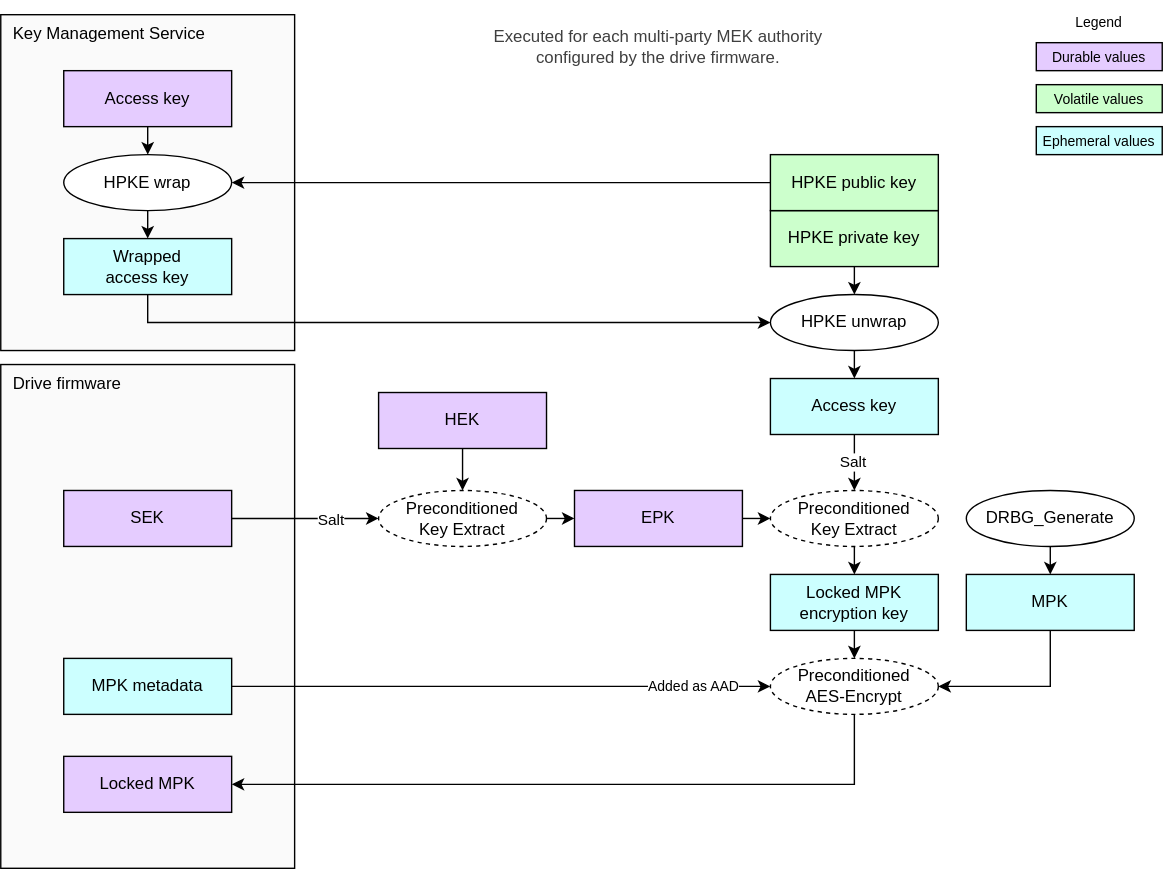
chipsalliance/Caliptra keeps this draw.io diagram as doc/ocp_lock/diagrams/mpk_generate.drawio.svg. Above is the earlier version. Source tidied: cells renumbered, new cells last; positions are measured from the earlier drawing's top-left corner, leaving out a move shared by most shapes.
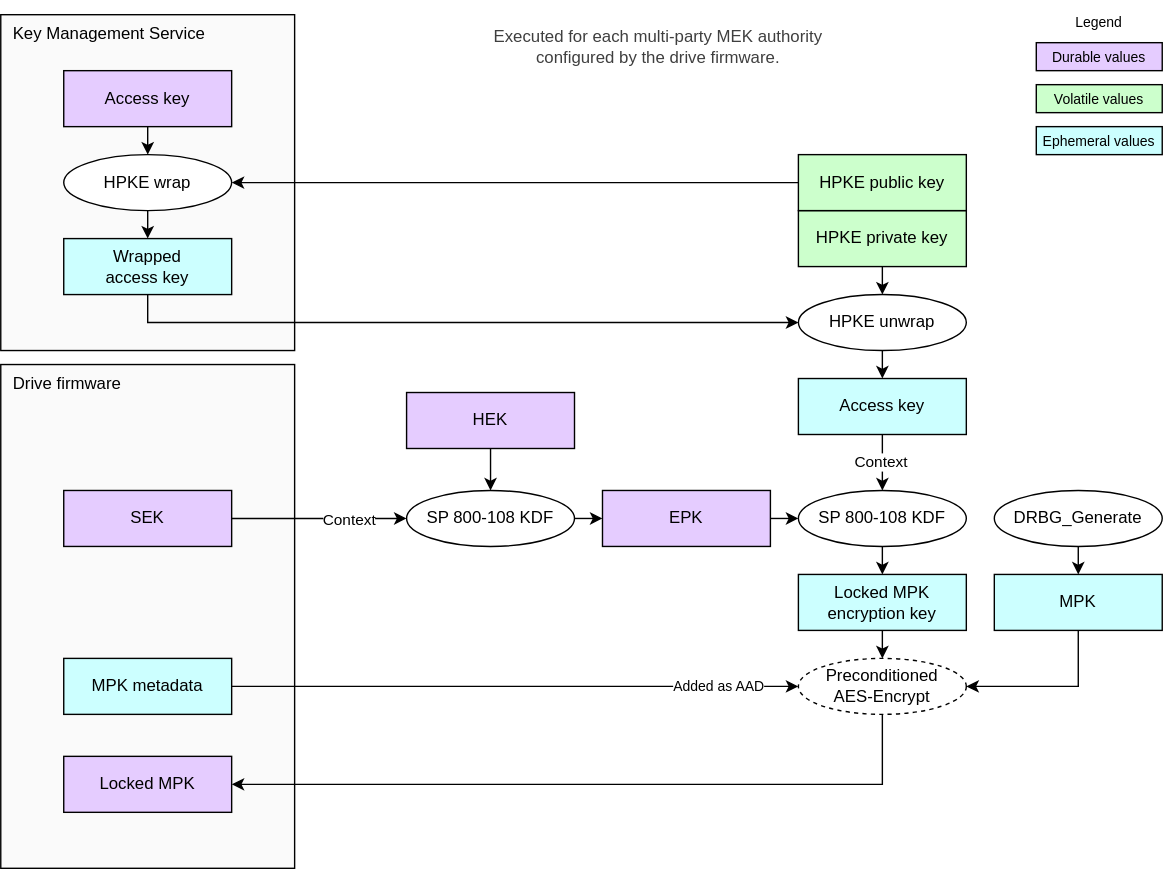
After the commit.

Commit message:
Simplify LOCK to avoid use of preconditioned-key-extract. (#553)

Change to the diagram source:
```diff
@@ -15,19 +15,19 @@
       <mxGeometry relative="1" as="geometry" />
     </mxCell>
     <mxCell id="6" value="&lt;div&gt;&lt;font color=&quot;#000000&quot;&gt;HEK&lt;/font&gt;&lt;/div&gt;" style="rounded=0;whiteSpace=wrap;html=1;align=center;verticalAlign=middle;shadow=0;glass=0;spacingLeft=0;spacingBottom=0;spacingTop=0;fillColor=#E5CCFF;" parent="1" vertex="1">
-      <mxGeometry x="270" y="280" width="120" height="40" as="geometry" />
+      <mxGeometry x="290" y="280" width="120" height="40" as="geometry" />
     </mxCell>
     <mxCell id="7" style="edgeStyle=none;html=1;exitX=0.5;exitY=1;exitDx=0;exitDy=0;entryX=0.5;entryY=0;entryDx=0;entryDy=0;" parent="1" edge="1" source="8" target="10">
       <mxGeometry relative="1" as="geometry" />
     </mxCell>
     <mxCell id="8" value="&lt;div&gt;&lt;font color=&quot;#000000&quot;&gt;Locked MPK encryption key&lt;/font&gt;&lt;/div&gt;" style="rounded=0;whiteSpace=wrap;html=1;align=center;verticalAlign=middle;shadow=0;glass=0;spacingLeft=0;spacingBottom=0;spacingTop=0;fillColor=#CCFFFF;" parent="1" vertex="1">
-      <mxGeometry x="550" y="410" width="120" height="40" as="geometry" />
+      <mxGeometry x="570" y="410" width="120" height="40" as="geometry" />
     </mxCell>
     <mxCell id="9" value="&lt;div&gt;&lt;font color=&quot;#000000&quot;&gt;Access key&lt;/font&gt;&lt;/div&gt;" style="rounded=0;whiteSpace=wrap;html=1;align=center;verticalAlign=middle;shadow=0;glass=0;spacingLeft=0;spacingBottom=0;spacingTop=0;fillColor=#CCFFFF;" parent="1" vertex="1">
-      <mxGeometry x="550" y="270" width="120" height="40" as="geometry" />
+      <mxGeometry x="570" y="270" width="120" height="40" as="geometry" />
     </mxCell>
     <mxCell id="10" value="Preconditioned&lt;div&gt;AES-Encrypt&lt;/div&gt;" style="ellipse;whiteSpace=wrap;html=1;fillColor=#FFFFFF;dashed=1;" parent="1" vertex="1">
-      <mxGeometry x="550" y="470" width="120" height="40" as="geometry" />
+      <mxGeometry x="570" y="470" width="120" height="40" as="geometry" />
     </mxCell>
     <mxCell id="11" style="endArrow=none;html=1;exitX=1;exitY=0.5;exitDx=0;exitDy=0;entryX=0.5;entryY=1;entryDx=0;entryDy=0;startArrow=classic;startFill=1;endFill=0;endSize=6;startSize=6;rounded=0;edgeStyle=orthogonalEdgeStyle;" parent="1" edge="1" source="4" target="10">
       <mxGeometry relative="1" as="geometry" />
@@ -36,16 +36,16 @@
       <mxGeometry relative="1" as="geometry" />
     </mxCell>
     <mxCell id="13" value="&lt;div&gt;&lt;font color=&quot;#000000&quot;&gt;MPK&lt;/font&gt;&lt;/div&gt;" style="rounded=0;whiteSpace=wrap;html=1;align=center;verticalAlign=middle;shadow=0;glass=0;spacingLeft=0;spacingBottom=0;spacingTop=0;fillColor=#CCFFFF;" parent="1" vertex="1">
-      <mxGeometry x="690" y="410" width="120" height="40" as="geometry" />
+      <mxGeometry x="710" y="410" width="120" height="40" as="geometry" />
     </mxCell>
     <mxCell id="14" style="endArrow=none;html=1;exitX=1;exitY=0.5;exitDx=0;exitDy=0;entryX=0.5;entryY=1;entryDx=0;entryDy=0;startArrow=classic;startFill=1;endFill=0;endSize=6;startSize=6;rounded=0;edgeStyle=orthogonalEdgeStyle;" parent="1" edge="1" source="10" target="13">
       <mxGeometry relative="1" as="geometry" />
     </mxCell>
     <mxCell id="15" value="&lt;div&gt;&lt;font color=&quot;#000000&quot;&gt;HPKE private key&lt;/font&gt;&lt;/div&gt;" style="rounded=0;whiteSpace=wrap;html=1;align=center;verticalAlign=middle;shadow=0;glass=0;spacingLeft=0;spacingBottom=0;spacingTop=0;fillColor=#CCFFCC;" parent="1" vertex="1">
-      <mxGeometry x="550" y="150" width="120" height="40" as="geometry" />
+      <mxGeometry x="570" y="150" width="120" height="40" as="geometry" />
     </mxCell>
     <mxCell id="16" value="HPKE unwrap" style="ellipse;whiteSpace=wrap;html=1;fillColor=#FFFFFF;" parent="1" vertex="1">
-      <mxGeometry x="550" y="210" width="120" height="40" as="geometry" />
+      <mxGeometry x="570" y="210" width="120" height="40" as="geometry" />
     </mxCell>
     <mxCell id="17" style="endArrow=classic;html=1;exitX=0.5;exitY=1;exitDx=0;exitDy=0;endSize=6;startSize=6;" parent="1" edge="1" source="16" target="9">
       <mxGeometry relative="1" as="geometry" />
@@ -57,7 +57,7 @@
       <mxGeometry x="45" y="110" width="120" height="40" as="geometry" />
     </mxCell>
     <mxCell id="20" value="&lt;div&gt;&lt;font color=&quot;#000000&quot;&gt;HPKE public key&lt;/font&gt;&lt;/div&gt;" style="rounded=0;whiteSpace=wrap;html=1;align=center;verticalAlign=middle;shadow=0;glass=0;spacingLeft=0;spacingBottom=0;spacingTop=0;fillColor=#CCFFCC;" parent="1" vertex="1">
-      <mxGeometry x="550" y="110" width="120" height="40" as="geometry" />
+      <mxGeometry x="570" y="110" width="120" height="40" as="geometry" />
     </mxCell>
     <mxCell id="21" style="endArrow=classic;html=1;rounded=0;endSize=6;startSize=6;exitX=0;exitY=0.5;exitDx=0;exitDy=0;entryX=1;entryY=0.5;entryDx=0;entryDy=0;" parent="1" edge="1" source="20" target="19">
       <mxGeometry relative="1" as="geometry" />
@@ -88,7 +88,7 @@
       <mxGeometry relative="1" as="geometry" />
     </mxCell>
     <mxCell id="29" value="DRBG_Generate" style="ellipse;whiteSpace=wrap;html=1;fillColor=#FFFFFF;" parent="1" vertex="1">
-      <mxGeometry x="690" y="350" width="120" height="40" as="geometry" />
+      <mxGeometry x="710" y="350" width="120" height="40" as="geometry" />
     </mxCell>
     <mxCell id="30" value="&lt;div&gt;&lt;font color=&quot;#000000&quot;&gt;Volatile values&lt;/font&gt;&lt;/div&gt;" style="rounded=0;whiteSpace=wrap;html=1;align=center;verticalAlign=middle;shadow=0;glass=0;spacingLeft=0;spacingBottom=0;spacingTop=0;fillColor=#CCFFCC;fontSize=10;" parent="1" vertex="1">
       <mxGeometry x="740" y="60" width="90" height="20" as="geometry" />
@@ -105,11 +105,6 @@
     <mxCell id="34" style="edgeStyle=none;html=1;exitX=1;exitY=0.5;exitDx=0;exitDy=0;entryX=0;entryY=0.5;entryDx=0;entryDy=0;" parent="1" edge="1" source="36" target="41">
       <mxGeometry relative="1" as="geometry" />
     </mxCell>
-    <mxCell id="35" value="Salt" style="edgeLabel;html=1;align=center;verticalAlign=middle;" parent="34" vertex="1">
-      <mxGeometry x="0.24" y="1" relative="1" as="geometry">
-        <mxPoint x="5" y="1" as="offset" />
-      </mxGeometry>
-    </mxCell>
     <mxCell id="36" value="&lt;div&gt;&lt;font color=&quot;#000000&quot;&gt;SEK&lt;/font&gt;&lt;/div&gt;" style="rounded=0;whiteSpace=wrap;html=1;align=center;verticalAlign=middle;shadow=0;glass=0;spacingLeft=0;spacingBottom=0;spacingTop=0;fillColor=#E5CCFF;" parent="1" vertex="1">
       <mxGeometry x="45" y="350" width="120" height="40" as="geometry" />
     </mxCell>
@@ -127,23 +122,26 @@
     <mxCell id="40" style="edgeStyle=none;html=1;exitX=1;exitY=0.5;exitDx=0;exitDy=0;entryX=0;entryY=0.5;entryDx=0;entryDy=0;" parent="1" edge="1" source="41" target="43">
       <mxGeometry relative="1" as="geometry" />
     </mxCell>
-    <mxCell id="41" value="&lt;span style=&quot;color: rgb(0, 0, 0);&quot;&gt;Preconditioned&lt;/span&gt;&lt;div&gt;Key Extract&lt;/div&gt;" style="ellipse;whiteSpace=wrap;html=1;fillColor=#FFFFFF;dashed=1;" parent="1" vertex="1">
-      <mxGeometry x="270" y="350" width="120" height="40" as="geometry" />
+    <mxCell id="41" value="SP 800-108 KDF" style="ellipse;whiteSpace=wrap;html=1;fillColor=#FFFFFF;" parent="1" vertex="1">
+      <mxGeometry x="290" y="350" width="120" height="40" as="geometry" />
     </mxCell>
     <mxCell id="42" style="edgeStyle=none;html=1;exitX=1;exitY=0.5;exitDx=0;exitDy=0;entryX=0;entryY=0.5;entryDx=0;entryDy=0;" parent="1" edge="1" source="43" target="44">
       <mxGeometry relative="1" as="geometry" />
     </mxCell>
     <mxCell id="43" value="&lt;div&gt;&lt;font color=&quot;#000000&quot;&gt;EPK&lt;/font&gt;&lt;/div&gt;" style="rounded=0;whiteSpace=wrap;html=1;align=center;verticalAlign=middle;shadow=0;glass=0;spacingLeft=0;spacingBottom=0;spacingTop=0;fillColor=#E5CCFF;" parent="1" vertex="1">
-      <mxGeometry x="410" y="350" width="120" height="40" as="geometry" />
+      <mxGeometry x="430" y="350" width="120" height="40" as="geometry" />
     </mxCell>
-    <mxCell id="44" value="&lt;span style=&quot;color: rgb(0, 0, 0);&quot;&gt;Preconditioned&lt;/span&gt;&lt;div&gt;Key Extract&lt;/div&gt;" style="ellipse;whiteSpace=wrap;html=1;fillColor=#FFFFFF;dashed=1;" parent="1" vertex="1">
-      <mxGeometry x="550" y="350" width="120" height="40" as="geometry" />
+    <mxCell id="44" value="&lt;span style=&quot;color: rgb(0, 0, 0);&quot;&gt;SP 800-108 KDF&lt;/span&gt;" style="ellipse;whiteSpace=wrap;html=1;fillColor=#FFFFFF;" parent="1" vertex="1">
+      <mxGeometry x="570" y="350" width="120" height="40" as="geometry" />
     </mxCell>
     <mxCell id="45" style="edgeStyle=none;html=1;entryX=0.5;entryY=0;entryDx=0;entryDy=0;exitX=0.5;exitY=1;exitDx=0;exitDy=0;" parent="1" edge="1" source="9" target="44">
       <mxGeometry relative="1" as="geometry" />
     </mxCell>
-    <mxCell id="46" value="Salt" style="edgeLabel;html=1;align=center;verticalAlign=middle;" parent="45" vertex="1">
+    <mxCell id="46" value="Context" style="edgeLabel;html=1;align=center;verticalAlign=middle;" parent="45" vertex="1">
       <mxGeometry x="-0.05" y="-2" relative="1" as="geometry" />
     </mxCell>
+    <mxCell id="35" value="Context" style="edgeLabel;html=1;align=center;verticalAlign=middle;" parent="1" vertex="1">
+      <mxGeometry x="248" y="370" as="geometry" />
+    </mxCell>
   </root>
 </mxGraphModel>
```
